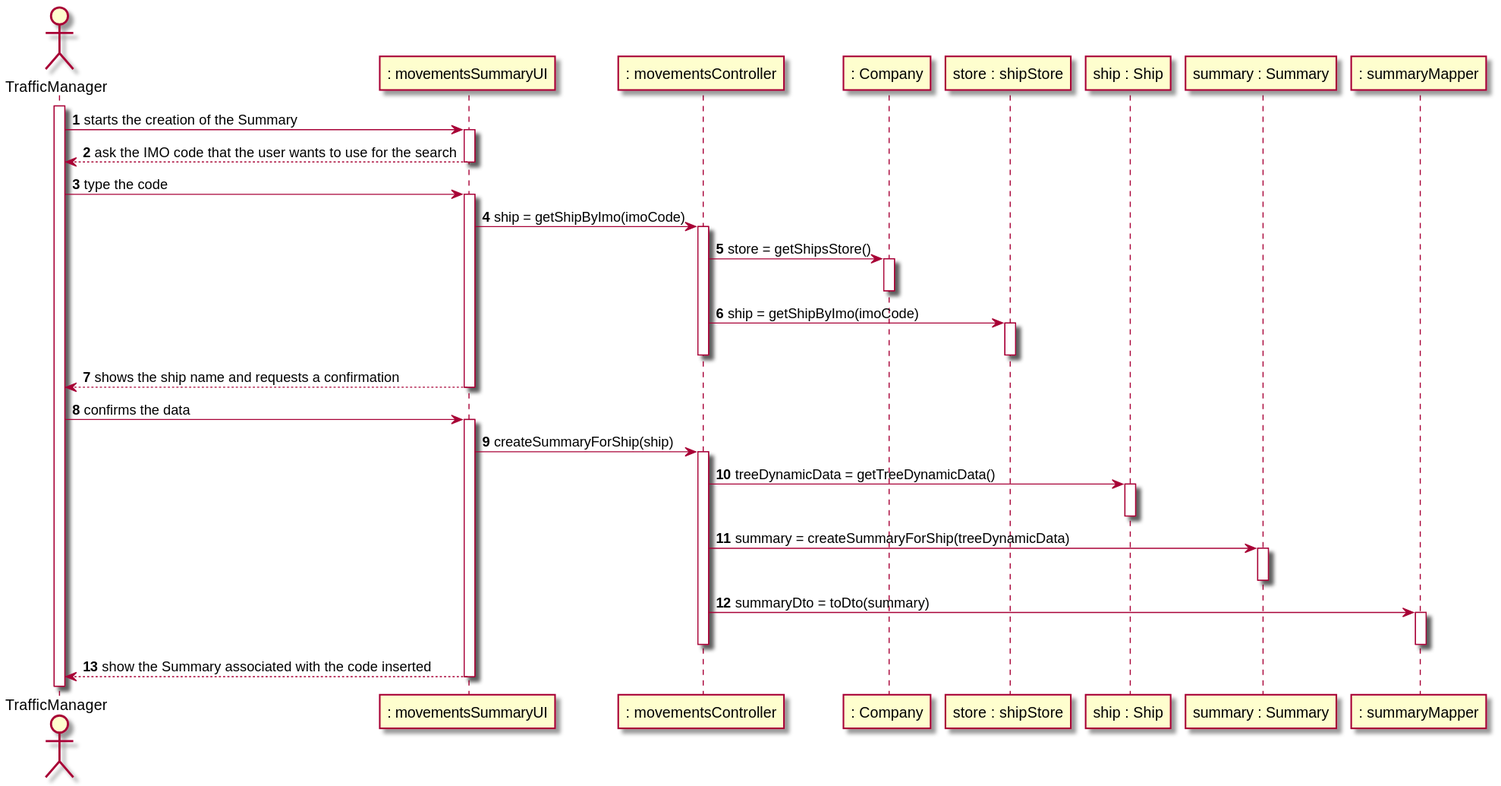
The PlantUML diagram docs/US104/US104_SD.svg in 0franciscor/lapr3-2021-g042, before a commit. Its diagram source:
```plantuml
@startuml

actor TrafficManager as TM
participant ": movementsSummaryUI" as UI
participant ": movementsController" as CT
participant ": Company" as CP
participant "store : shipStore" as ST
participant "ship : Ship" as SP
participant "summary : Summary" as SM
participant ": summaryMapper" as MP




autonumber
activate TM
TM -> UI: starts the creation of the Summary
activate UI
UI --> TM : ask the IMO code that the user wants to use for the search
deactivate UI
TM -> UI : type the code
activate UI
UI -> CT : ship = getShipByImo(imoCode)
activate  CT
CT->CP : store = getShipsStore()
activate CP

deactivate CP

CT->ST : ship = getShipByImo(imoCode)
activate ST
deactivate ST

deactivate CT
UI --> TM : shows the ship name and requests a confirmation
deactivate UI
TM -> UI: confirms the data
activate UI
UI->CT : createSummaryForShip(ship)
activate CT
CT->SP : treeDynamicData = getTreeDynamicData()
activate SP
deactivate SP
CT->SM : summary = createSummaryForShip(treeDynamicData)
activate SM
deactivate SM
CT->MP : summaryDto = toDto(summary)
activate MP
deactivate MP

deactivate CT
UI --> TM : show the Summary associated with the code inserted
deactivate UI



@enduml
```
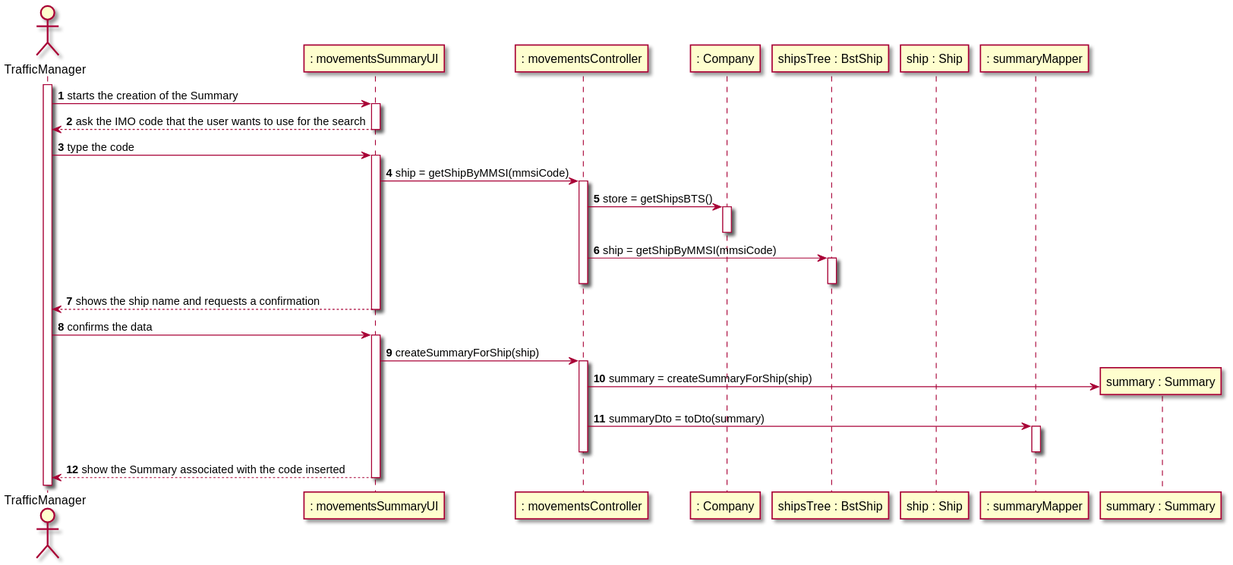
After the change.

Commit message:
G42 - 17 #time 5h #comment implementation of conceptualized classes in design diagrams

The edit, as a diff of the source:
```diff
@@ -4,9 +4,8 @@
 participant ": movementsSummaryUI" as UI
 participant ": movementsController" as CT
 participant ": Company" as CP
-participant "store : shipStore" as ST
+participant "shipsTree : BstShip" as ST
 participant "ship : Ship" as SP
-participant "summary : Summary" as SM
 participant ": summaryMapper" as MP
 
 
@@ -20,14 +19,14 @@
 deactivate UI
 TM -> UI : type the code
 activate UI
-UI -> CT : ship = getShipByImo(imoCode)
+UI -> CT : ship = getShipByMMSI(mmsiCode)
 activate  CT
-CT->CP : store = getShipsStore()
+CT->CP : store = getShipsBTS()
 activate CP
 
 deactivate CP
 
-CT->ST : ship = getShipByImo(imoCode)
+CT->ST : ship = getShipByMMSI(mmsiCode)
 activate ST
 deactivate ST
 
@@ -38,12 +37,7 @@
 activate UI
 UI->CT : createSummaryForShip(ship)
 activate CT
-CT->SP : treeDynamicData = getTreeDynamicData()
-activate SP
-deactivate SP
-CT->SM : summary = createSummaryForShip(treeDynamicData)
-activate SM
-deactivate SM
+CT->"summary : Summary"**: summary = createSummaryForShip(ship)
 CT->MP : summaryDto = toDto(summary)
 activate MP
 deactivate MP
```
